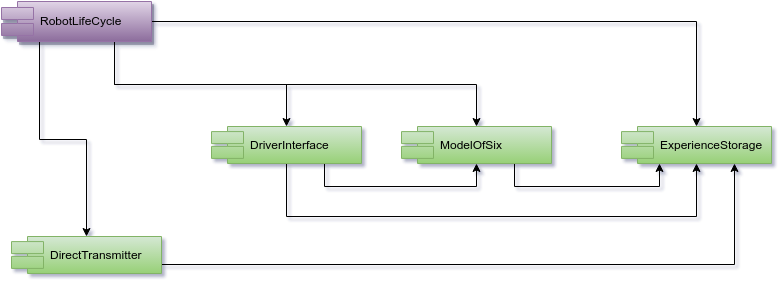
The draw.io diagram doc/HLD_Component_RobotLifeCycle.png in research-team/robot-dream, before a commit. Source tidied: cells renumbered, new cells last; positions are measured from the earlier drawing's top-left corner, leaving out a move shared by most shapes.
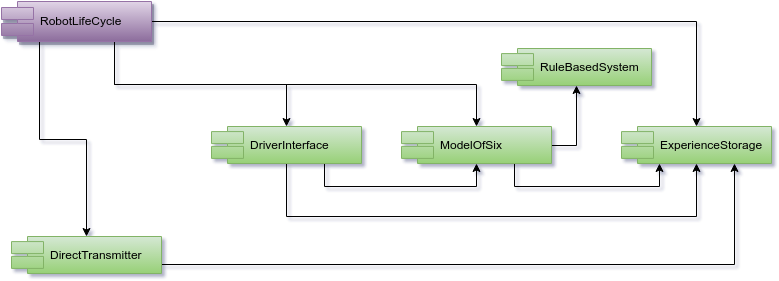
Above is the later version.

Commit message:
HLD:component:robotLifeCycle added rule based system

Change to the diagram source:
```diff
@@ -17,7 +17,7 @@
         </Array>
       </mxGeometry>
     </mxCell>
-    <mxCell id="4" style="edgeStyle=orthogonalEdgeStyle;rounded=0;html=1;exitX=0.75;exitY=1;endArrow=classic;endFill=1;jettySize=auto;" parent="1" edge="1" source="6" target="14">
+    <mxCell id="4" style="edgeStyle=orthogonalEdgeStyle;rounded=0;html=1;exitX=0.75;exitY=1;endArrow=classic;endFill=1;jettySize=auto;" parent="1" edge="1" source="6" target="15">
       <mxGeometry x="143" y="55" as="geometry" />
     </mxCell>
     <mxCell id="5" style="edgeStyle=orthogonalEdgeStyle;rounded=0;html=1;exitX=0.25;exitY=1;entryX=0.5;entryY=0;endArrow=classic;endFill=1;jettySize=auto;" parent="1" edge="1" source="6" target="12">
@@ -39,7 +39,7 @@
         </Array>
       </mxGeometry>
     </mxCell>
-    <mxCell id="8" style="edgeStyle=orthogonalEdgeStyle;rounded=0;html=1;exitX=0.75;exitY=1;entryX=0.5;entryY=1;endArrow=classic;endFill=1;jettySize=auto;" parent="1" edge="1" source="9" target="14">
+    <mxCell id="8" style="edgeStyle=orthogonalEdgeStyle;rounded=0;html=1;exitX=0.75;exitY=1;entryX=0.5;entryY=1;endArrow=classic;endFill=1;jettySize=auto;" parent="1" edge="1" source="9" target="15">
       <mxGeometry x="353" y="177" as="geometry">
         <Array as="points">
           <mxPoint x="323" y="185" />
@@ -63,7 +63,7 @@
     <mxCell id="12" value="DirectTransmitter" style="shape=component;align=left;spacingLeft=36;plain-green;" parent="1" vertex="1">
       <mxGeometry x="10" y="235" width="150" height="37" as="geometry" />
     </mxCell>
-    <mxCell id="13" style="edgeStyle=orthogonalEdgeStyle;rounded=0;html=1;exitX=0.75;exitY=1;entryX=0.25;entryY=1;endArrow=classic;endFill=1;jettySize=auto;" parent="1" edge="1" source="14" target="10">
+    <mxCell id="13" style="edgeStyle=orthogonalEdgeStyle;rounded=0;html=1;exitX=0.75;exitY=1;entryX=0.25;entryY=1;endArrow=classic;endFill=1;jettySize=auto;" parent="1" edge="1" source="15" target="10">
       <mxGeometry x="543" y="177" as="geometry">
         <Array as="points">
           <mxPoint x="513" y="185" />
@@ -71,8 +71,18 @@
         </Array>
       </mxGeometry>
     </mxCell>
-    <mxCell id="14" value="ModelOfSix" style="shape=component;align=left;spacingLeft=36;plain-green;" parent="1" vertex="1">
-      <mxGeometry x="400" y="125" width="150" height="37" as="geometry" />
+    <mxCell id="14" style="edgeStyle=orthogonalEdgeStyle;rounded=0;html=1;entryX=0.5;entryY=1;endArrow=classic;endFill=1;jettySize=auto;exitX=1;exitY=0.5;" parent="1" edge="1" source="15" target="16">
+      <mxGeometry x="580" y="99" as="geometry">
+        <Array as="points">
+          <mxPoint x="575" y="144" />
+        </Array>
+      </mxGeometry>
     </mxCell>
+    <mxCell id="15" value="ModelOfSix" style="shape=component;align=left;spacingLeft=36;plain-green;" parent="1" vertex="1">
+      <mxGeometry x="400" y="125" width="150" height="37" as="geometry" />
+    </mxCell>
+    <mxCell id="16" value="RuleBasedSystem" style="shape=component;align=left;spacingLeft=36;plain-green;" parent="1" vertex="1">
+      <mxGeometry x="500" y="47" width="150" height="37" as="geometry" />
+    </mxCell>
   </root>
 </mxGraphModel>
```
